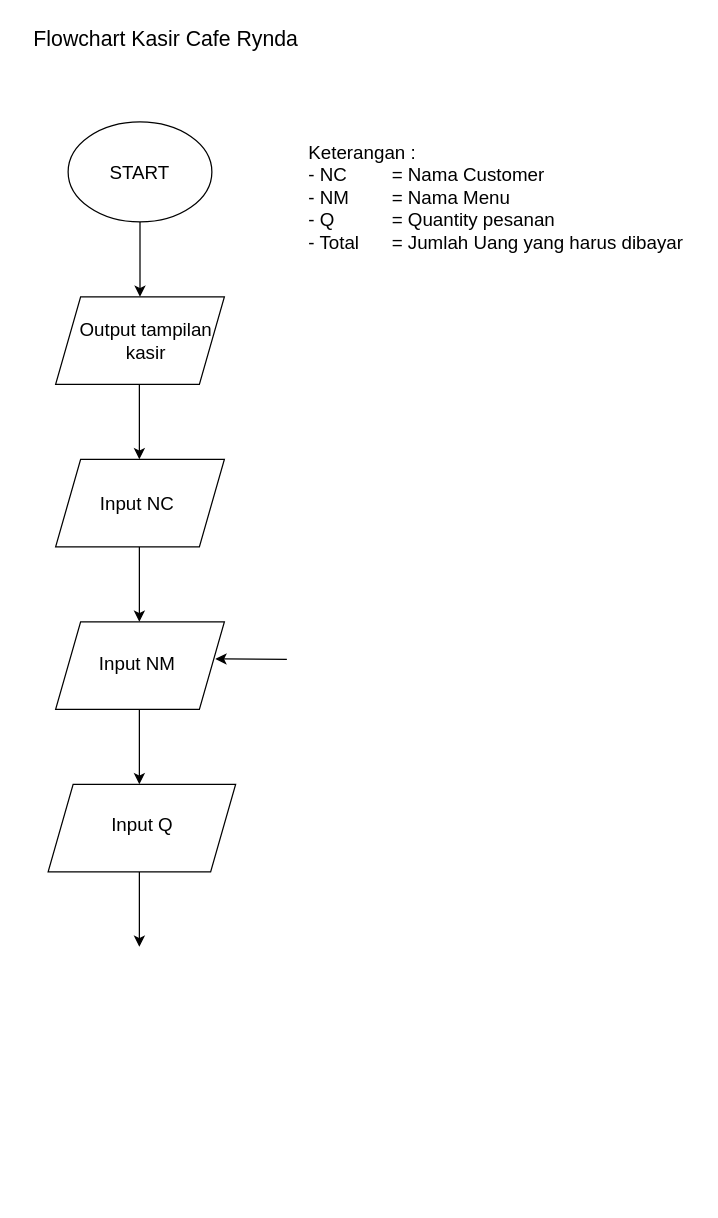
This is flowchart.drawio from meiryndalr/MeiryndaLR-kasir-rynda-cafe, a draw.io file, before an edit. Source tidied: cells renumbered, new cells numbered last; positions are measured from the earlier drawing's top-left corner, leaving out a move shared by most shapes. Both pictures are drawn from the tidied source at 125%, with x=0, y=0 at pixel (20, 21).
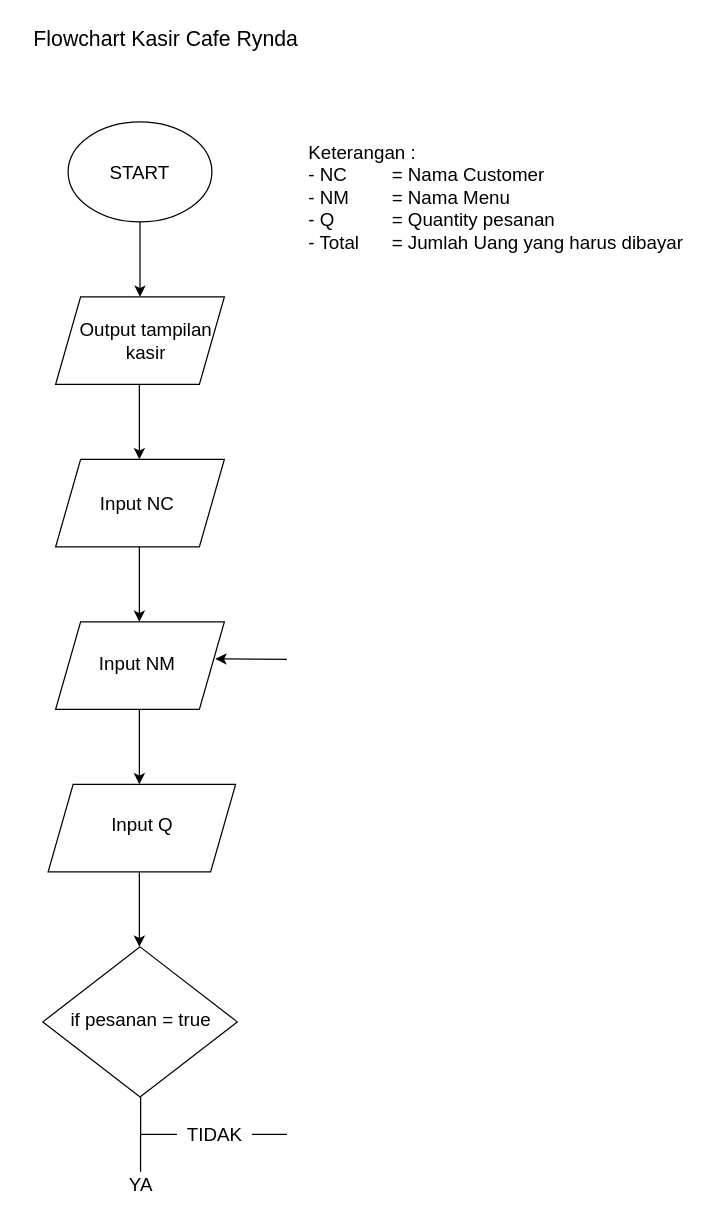
The same diagram, later.

Commit message:
menambahkan chart percabangan kondisi YA / TIDAK

The edit, as a diff of the source:
```diff
@@
+    <mxCell id="20" style="endArrow=none;html=1;fontSize=15;startArrow=none;" parent="1" edge="1" source="25">
+      <mxGeometry relative="1" as="geometry">
+        <mxPoint x="213" y="890" as="targetPoint" />
+      </mxGeometry>
+    </mxCell>
+    <mxCell id="21" style="rhombus;whiteSpace=wrap;html=1;fontSize=15;strokeWidth=1;" parent="1" vertex="1">
+      <mxGeometry x="17.8" y="740" width="155.5" height="120" as="geometry" />
+    </mxCell>
+    <mxCell id="22" value="if pesanan = true&amp;nbsp;" style="text;html=1;align=center;verticalAlign=middle;fillColor=none;strokeColor=none;rounded=0;fontSize=15;" parent="1" vertex="1">
+      <mxGeometry x="33" y="788" width="130" height="20" as="geometry" />
+    </mxCell>
+    <mxCell id="23" value="YA" style="text;html=1;align=center;verticalAlign=middle;points=[];fillColor=none;strokeColor=none;rounded=0;fontSize=15;" parent="1" vertex="1">
+      <mxGeometry x="80.5" y="920" width="30" height="20" as="geometry" />
+    </mxCell>
+    <mxCell id="24" style="endArrow=none;html=1;fontSize=15;entryX=0.515;entryY=0;entryDx=0;entryDy=0;entryPerimeter=0;" parent="1" edge="1" target="23">
+      <mxGeometry relative="1" as="geometry">
+        <mxPoint x="96" y="860" as="sourcePoint" />
+      </mxGeometry>
+    </mxCell>
+    <mxCell id="25" value="TIDAK" style="text;html=1;align=center;verticalAlign=middle;points=[];fillColor=none;strokeColor=none;rounded=0;fontSize=15;" parent="1" vertex="1">
+      <mxGeometry x="125" y="880" width="60" height="20" as="geometry" />
+    </mxCell>
+    <mxCell id="26" style="endArrow=none;html=1;fontSize=15;" parent="1" edge="1" target="25">
+      <mxGeometry relative="1" as="geometry">
+        <mxPoint x="96" y="890" as="sourcePoint" />
+      </mxGeometry>
+    </mxCell>
```
